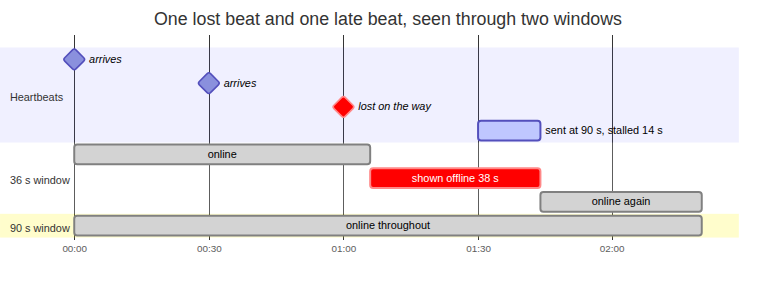
Earlier version of the Mermaid export markdown/system-design-interview/assets/009/02-window.png (haraGADygyl/medium-python-articles). Its source is kept beside it as markdown/system-design-interview/assets/009/02-window.mmd. The source it was exported from:
```mermaid
gantt
    title One lost beat and one late beat, seen through two windows
    dateFormat HH:mm:ss
    axisFormat %M:%S
    tickInterval 30second
    section Heartbeats
    arrives                     :milestone, b1, 00:00:00, 0s
    arrives                     :milestone, b2, 00:00:30, 0s
    lost on the way             :crit, milestone, b3, 00:01:00, 0s
    sent at 90 s, stalled 14 s  :active, b4, 00:01:30, 00:01:44
    section 36 s window
    online                      :done, w1, 00:00:00, 00:01:06
    shown offline 38 s          :crit, w2, 00:01:06, 00:01:44
    online again                :done, w3, 00:01:44, 00:02:20
    section 90 s window
    online throughout           :done, w4, 00:00:00, 00:02:20
```
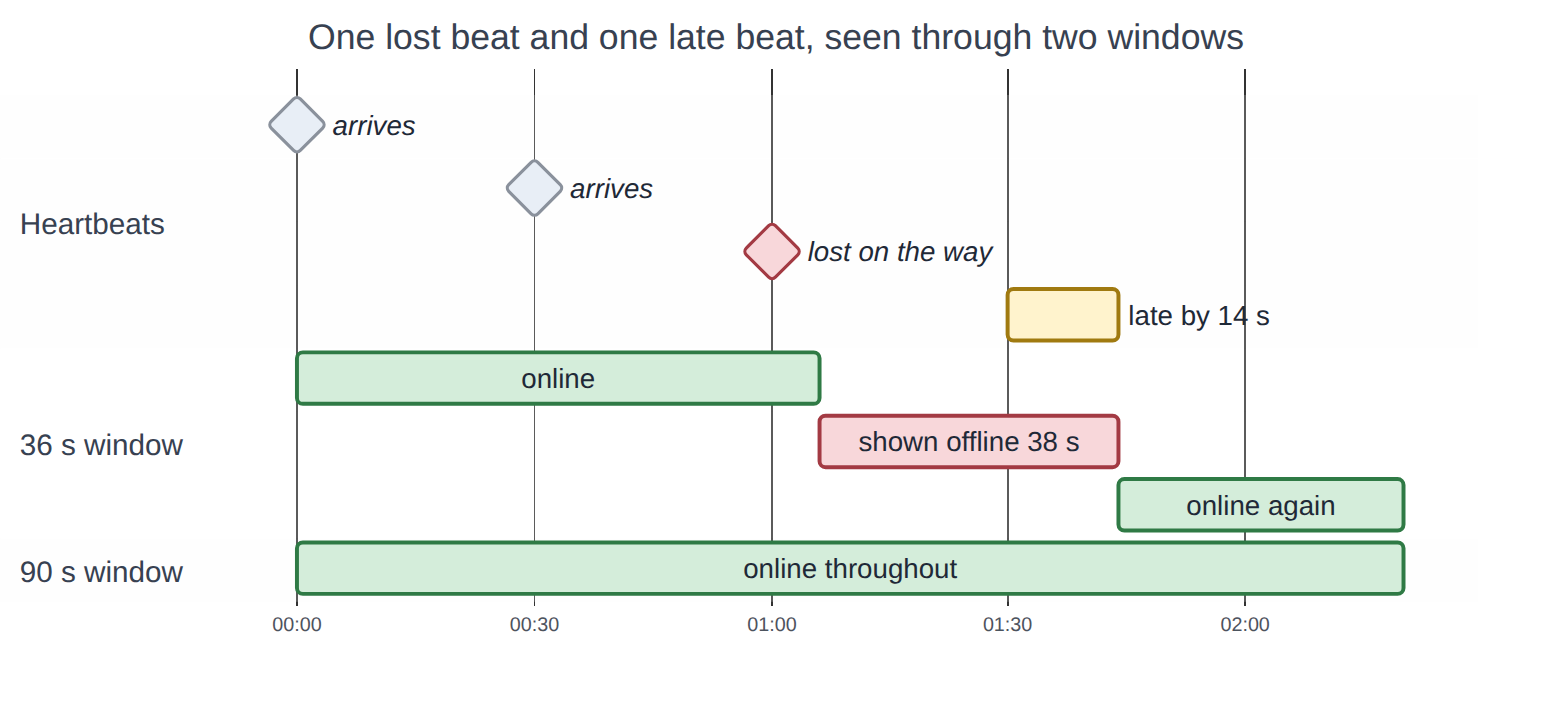
After the commit.

Commit message:
feat: house Mermaid theme for system-design-interview diagrams, restyle 009

Change to the diagram source:
```diff
@@ -7,7 +7,7 @@
     arrives                     :milestone, b1, 00:00:00, 0s
     arrives                     :milestone, b2, 00:00:30, 0s
     lost on the way             :crit, milestone, b3, 00:01:00, 0s
-    sent at 90 s, stalled 14 s  :active, b4, 00:01:30, 00:01:44
+    late by 14 s                :active, b4, 00:01:30, 00:01:44
     section 36 s window
     online                      :done, w1, 00:00:00, 00:01:06
     shown offline 38 s          :crit, w2, 00:01:06, 00:01:44
```
